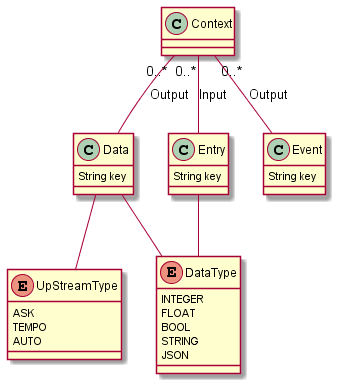
This is doc/img/MessagesClasses.png from H4KRO/Open-IoT-gRPC, a PlantUML export, as it was before one commit. Source of this version:
```plantuml
@startuml

class Context {

}


enum UpStreamType {
    ASK
    TEMPO
    AUTO
}

enum DataType {
    INTEGER
    FLOAT
    BOOL
    STRING
    JSON
}

class Data {
    String key

}

class Entry {
    String key
}

class Event {
    String key
}

Data -- DataType
Data -- UpStreamType

Entry -- DataType

Context "0..*" -- Data : Output
Context "0..*" -- Entry : Input
Context "0..*" -- Event : Output

@enduml
```
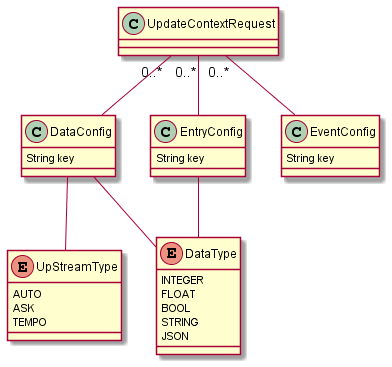
Later version of the same file.

The edit, as a diff of the source:
```diff
@@ -1,14 +1,14 @@
 @startuml
 
-class Context {
+class UpdateContextRequest {
 
 }
 
 
 enum UpStreamType {
+    AUTO
     ASK
     TEMPO
-    AUTO
 }
 
 enum DataType {
@@ -19,26 +19,26 @@
     JSON
 }
 
-class Data {
+class DataConfig {
     String key
 
 }
 
-class Entry {
+class EntryConfig {
     String key
 }
 
-class Event {
+class EventConfig {
     String key
 }
 
-Data -- DataType
-Data -- UpStreamType
+DataConfig -- DataType
+DataConfig -- UpStreamType
 
-Entry -- DataType
+EntryConfig -- DataType
 
-Context "0..*" -- Data : Output
-Context "0..*" -- Entry : Input
-Context "0..*" -- Event : Output
+UpdateContextRequest "0..*" -- DataConfig
+UpdateContextRequest "0..*" -- EntryConfig
+UpdateContextRequest "0..*" -- EventConfig
 
 @enduml
```
